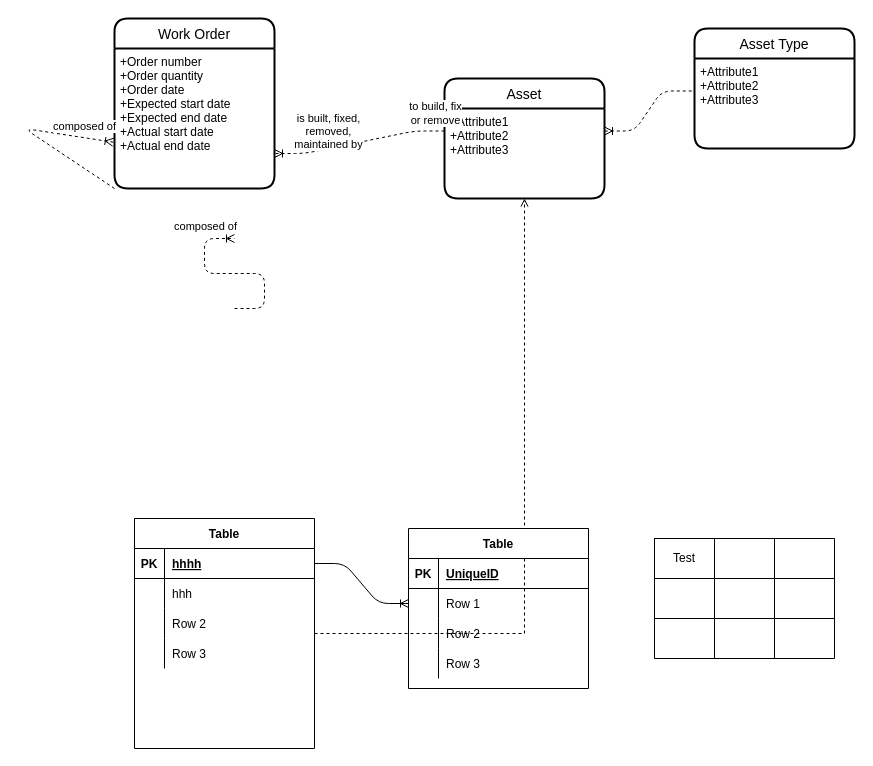
Earlier version of the draw.io diagram management.design/DataModel.drawio (markash/management). Source tidied: cells renumbered, new cells numbered last; positions are measured from the earlier drawing's top-left corner, leaving out a move shared by most shapes. Both pictures are drawn from the tidied source at 100%, with x=0, y=0 at pixel (24, 18).
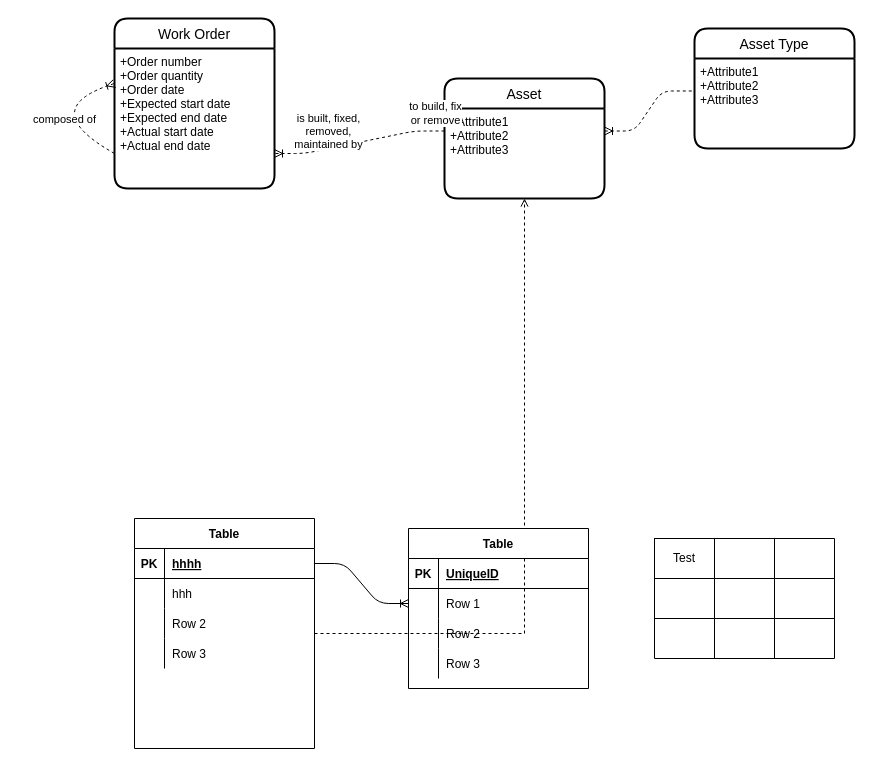
Above is the later version.

Commit message:
Resolve work order composition

The change refers to these unchanged cells:
```xml
<mxCell id="4" value="Work Order" style="swimlane;horizontal=1;startSize=30;rounded=1;fontSize=14;fontStyle=0;strokeWidth=2;shadow=0;dashed=0;align=center;" parent="1" vertex="1">
  <mxGeometry x="90" width="160" height="170" as="geometry" />
</mxCell>
<mxCell id="5" value="+Order number&#10;+Order quantity&#10;+Order date&#10;+Expected start date&#10;+Expected end date&#10;+Actual start date&#10;+Actual end date" style="align=left;strokeColor=none;fillColor=none;spacingLeft=4;fontSize=12;verticalAlign=top;" parent="4" vertex="1">
  <mxGeometry y="30" width="160" height="140" as="geometry" />
</mxCell>
```

Change to the diagram source:
```diff
@@
-    <mxCell id="6" style="edgeStyle=entityRelationEdgeStyle;fontSize=12;html=1;endArrow=ERoneToMany;dashed=1;exitX=0;exitY=1;exitDx=0;exitDy=0;entryX=-0.008;entryY=0.669;entryDx=0;entryDy=0;jumpStyle=arc;jumpSize=17;entryPerimeter=0;" parent="4" edge="1" source="5" target="5">
+    <mxCell id="6" style="edgeStyle=entityRelationEdgeStyle;fontSize=12;html=1;endArrow=ERoneToMany;dashed=1;exitX=0;exitY=0.75;exitDx=0;exitDy=0;entryX=0;entryY=0.25;entryDx=0;entryDy=0;jumpStyle=arc;jumpSize=17;curved=1;" parent="4" edge="1" source="5" target="5">
       <mxGeometry relative="1" as="geometry">
         <Array as="points">
-          <mxPoint x="-90" y="110" />
+          <mxPoint x="-80" y="90" />
         </Array>
       </mxGeometry>
     </mxCell>
     <mxCell id="7" value="composed of" style="edgeLabel;html=1;align=center;verticalAlign=middle;" parent="6" vertex="1">
       <mxGeometry x="0.75" y="2" relative="1" as="geometry">
-        <mxPoint x="-5.2" y="-10.7" as="offset" />
+        <mxPoint x="-28.8" y="30.5" as="offset" />
       </mxGeometry>
     </mxCell>
@@
-    <mxCell id="55" style="edgeStyle=entityRelationEdgeStyle;fontSize=12;html=1;endArrow=ERoneToMany;dashed=1;exitX=0;exitY=1;exitDx=0;exitDy=0;entryX=0;entryY=0.5;entryDx=0;entryDy=0;" parent="1" edge="1">
-      <mxGeometry relative="1" as="geometry">
-        <mxPoint x="210" y="290" as="sourcePoint" />
-        <mxPoint x="210" y="220" as="targetPoint" />
-        <Array as="points">
-          <mxPoint x="90" y="190" />
-        </Array>
-      </mxGeometry>
-    </mxCell>
-    <mxCell id="56" value="composed of" style="edgeLabel;html=1;align=center;verticalAlign=middle;" parent="55" vertex="1">
-      <mxGeometry x="0.75" y="2" relative="1" as="geometry">
-        <mxPoint x="-5.2" y="-10.7" as="offset" />
-      </mxGeometry>
-    </mxCell>
```
